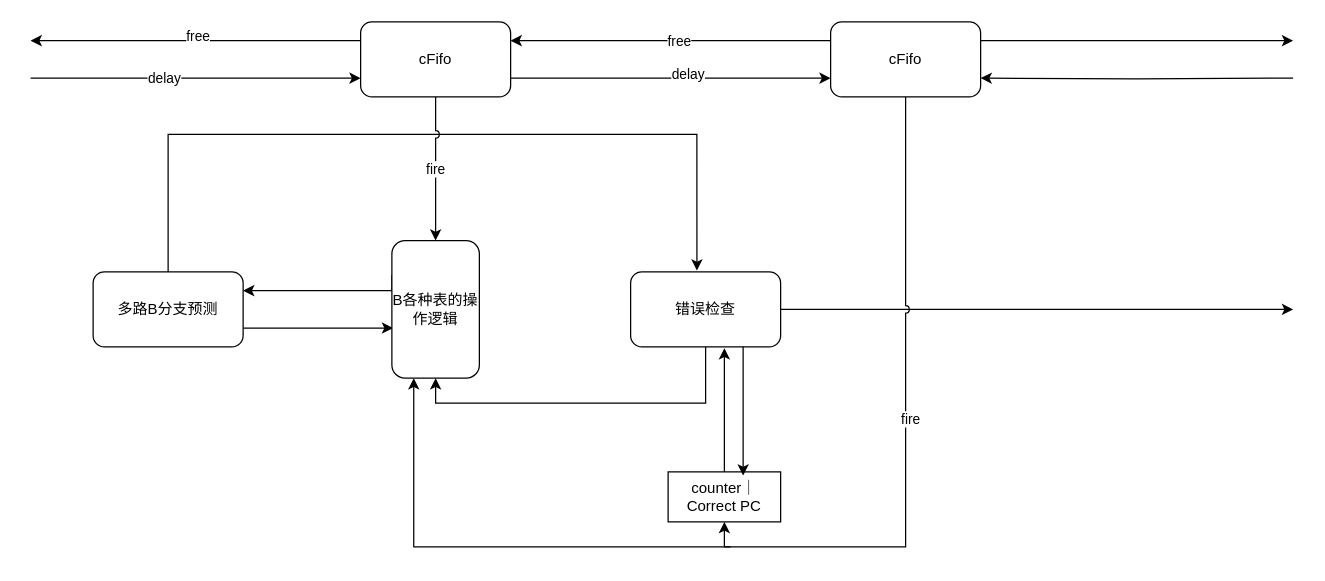
This is page "BProcess" (2 of 2) of asyncFrontendOverview.drawio from zhangxm99/LZUcomputer, a draw.io file, before an edit. Source tidied: cells renumbered, new cells numbered last; positions are measured from the earlier drawing's top-left corner, leaving out a move shared by most shapes. Both pictures are drawn from the tidied source at 125%, with x=0, y=0 at pixel (30, 21).
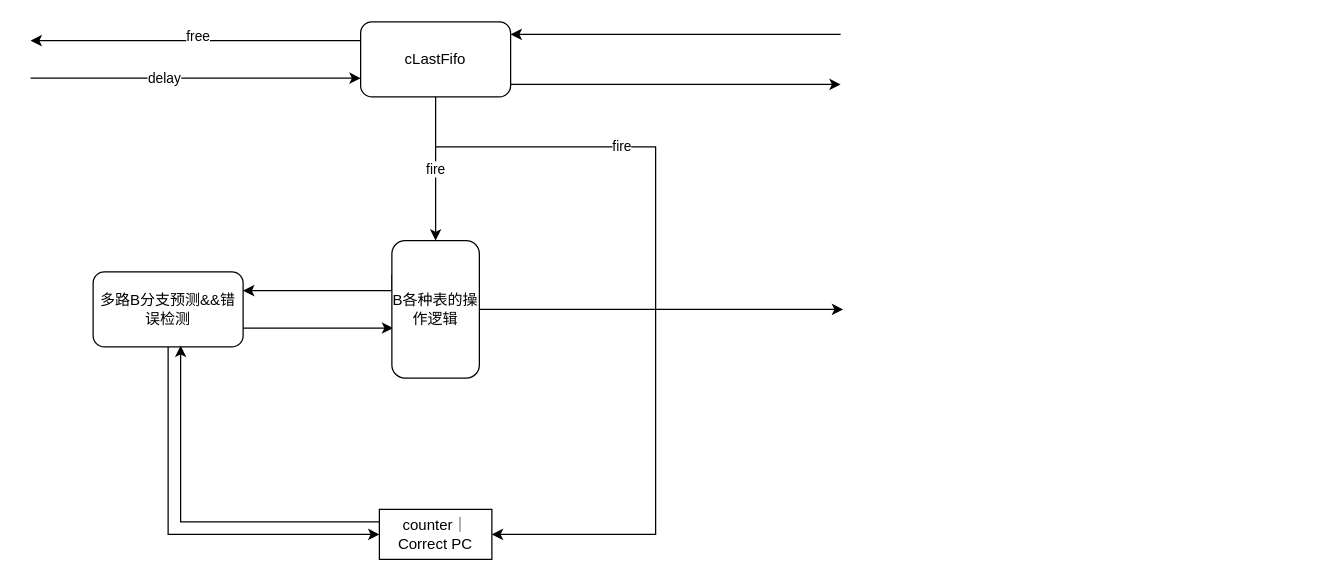
The same diagram, later.

The change refers to these unchanged cells:
```xml
<mxCell id="7" value="B各种表的操作逻辑" style="rounded=1;whiteSpace=wrap;html=1;" parent="1" vertex="1">
  <mxGeometry x="289" y="175" width="70" height="110" as="geometry" />
</mxCell>
```

The edit, as a diff of the source:
```diff
@@
-    <mxCell id="3" style="edgeStyle=orthogonalEdgeStyle;rounded=0;jettySize=auto;html=1;exitX=0.5;exitY=0;exitDx=0;exitDy=0;entryX=0.442;entryY=-0.017;entryDx=0;entryDy=0;entryPerimeter=0;jumpStyle=arc;" parent="1" edge="1" source="4" target="19">
-      <mxGeometry relative="1" as="geometry">
-        <Array as="points">
-          <mxPoint x="110" y="90" />
-          <mxPoint x="533" y="90" />
-        </Array>
-      </mxGeometry>
-    </mxCell>
-    <mxCell id="4" value="多路B分支预测" style="rounded=1;whiteSpace=wrap;html=1;" parent="1" vertex="1">
+    <mxCell id="4" value="多路B分支预测&amp;amp;&amp;amp;错误检测" style="rounded=1;whiteSpace=wrap;html=1;" parent="1" vertex="1">
       <mxGeometry x="50" y="200" width="120" height="60" as="geometry" />
     </mxCell>
@@
-    <mxCell id="6" style="edgeStyle=orthogonalEdgeStyle;rounded=0;jettySize=auto;html=1;exitX=0.25;exitY=1;exitDx=0;exitDy=0;entryX=0.25;entryY=1;entryDx=0;entryDy=0;" parent="1" edge="1" target="7">
-      <mxGeometry relative="1" as="geometry">
-        <mxPoint x="560" y="420" as="sourcePoint" />
-        <Array as="points">
-          <mxPoint x="307" y="420" />
-        </Array>
-      </mxGeometry>
-    </mxCell>
@@
-    <mxCell id="13" style="edgeStyle=orthogonalEdgeStyle;rounded=0;jettySize=auto;html=1;exitX=1;exitY=0.75;exitDx=0;exitDy=0;entryX=0;entryY=0.75;entryDx=0;entryDy=0;" parent="1" edge="1" source="15" target="28">
-      <mxGeometry relative="1" as="geometry" />
-    </mxCell>
-    <mxCell id="14" value="delay" style="edgeLabel;html=1;align=center;verticalAlign=middle;" parent="13" vertex="1">
-      <mxGeometry x="0.1" y="4" relative="1" as="geometry" />
-    </mxCell>
-    <mxCell id="15" value="cFifo" style="rounded=1;whiteSpace=wrap;html=1;" parent="1" vertex="1">
+    <mxCell id="15" value="cLastFifo" style="rounded=1;whiteSpace=wrap;html=1;" parent="1" vertex="1">
       <mxGeometry x="264" width="120" height="60" as="geometry" />
     </mxCell>
@@
-    <mxCell id="17" style="edgeStyle=orthogonalEdgeStyle;rounded=0;jettySize=auto;html=1;exitX=1;exitY=0.5;exitDx=0;exitDy=0;" parent="1" edge="1" source="19">
+    <mxCell id="17" style="edgeStyle=orthogonalEdgeStyle;rounded=0;jettySize=auto;html=1;exitX=1;exitY=0.5;exitDx=0;exitDy=0;" parent="1" edge="1" source="7">
       <mxGeometry relative="1" as="geometry">
-        <mxPoint x="1010" y="230" as="targetPoint" />
+        <mxPoint x="650" y="230" as="targetPoint" />
       </mxGeometry>
     </mxCell>
-    <mxCell id="18" style="edgeStyle=orthogonalEdgeStyle;rounded=0;jettySize=auto;html=1;exitX=0.5;exitY=1;exitDx=0;exitDy=0;entryX=0.5;entryY=1;entryDx=0;entryDy=0;" parent="1" edge="1" source="19" target="7">
-      <mxGeometry relative="1" as="geometry" />
-    </mxCell>
-    <mxCell id="19" value="错误检查" style="rounded=1;whiteSpace=wrap;html=1;" parent="1" vertex="1">
-      <mxGeometry x="480" y="200" width="120" height="60" as="geometry" />
-    </mxCell>
     <mxCell id="20" value="counter｜Correct PC" style="rounded=0;whiteSpace=wrap;html=1;" parent="1" vertex="1">
-      <mxGeometry x="510" y="360" width="90" height="40" as="geometry" />
+      <mxGeometry x="279" y="390" width="90" height="40" as="geometry" />
     </mxCell>
-    <mxCell id="21" style="edgeStyle=orthogonalEdgeStyle;rounded=0;jettySize=auto;html=1;exitX=0.5;exitY=0;exitDx=0;exitDy=0;entryX=0.625;entryY=1.017;entryDx=0;entryDy=0;entryPerimeter=0;" parent="1" edge="1" source="20" target="19">
-      <mxGeometry relative="1" as="geometry" />
+    <mxCell id="21" style="edgeStyle=orthogonalEdgeStyle;rounded=0;jettySize=auto;html=1;exitX=0;exitY=0.25;exitDx=0;exitDy=0;" parent="1" edge="1" source="20">
+      <mxGeometry relative="1" as="geometry">
+        <mxPoint x="120" y="259" as="targetPoint" />
+        <Array as="points">
+          <mxPoint x="120" y="400" />
+          <mxPoint x="120" y="259" />
+        </Array>
+      </mxGeometry>
     </mxCell>
-    <mxCell id="22" style="edgeStyle=orthogonalEdgeStyle;rounded=0;jettySize=auto;html=1;exitX=0;exitY=0.25;exitDx=0;exitDy=0;entryX=1;entryY=0.25;entryDx=0;entryDy=0;" parent="1" edge="1" source="28" target="15">
-      <mxGeometry relative="1" as="geometry" />
-    </mxCell>
-    <mxCell id="23" value="free" style="edgeLabel;html=1;align=center;verticalAlign=middle;" parent="22" vertex="1">
-      <mxGeometry x="-0.05" y="1" relative="1" as="geometry" />
-    </mxCell>
-    <mxCell id="24" style="edgeStyle=orthogonalEdgeStyle;rounded=0;jettySize=auto;html=1;exitX=1;exitY=0.25;exitDx=0;exitDy=0;" parent="1" edge="1" source="28">
-      <mxGeometry relative="1" as="geometry">
-        <mxPoint x="1010" y="15" as="targetPoint" />
-      </mxGeometry>
-    </mxCell>
-    <mxCell id="25" style="edgeStyle=orthogonalEdgeStyle;rounded=0;jettySize=auto;html=1;exitX=1;exitY=0.75;exitDx=0;exitDy=0;entryX=1;entryY=0.75;entryDx=0;entryDy=0;" parent="1" edge="1" target="28">
-      <mxGeometry relative="1" as="geometry">
-        <mxPoint x="1010" y="45" as="sourcePoint" />
-      </mxGeometry>
-    </mxCell>
-    <mxCell id="26" style="edgeStyle=orthogonalEdgeStyle;rounded=0;jettySize=auto;html=1;exitX=0.5;exitY=1;exitDx=0;exitDy=0;entryX=0.5;entryY=1;entryDx=0;entryDy=0;jumpStyle=arc;" parent="1" edge="1" source="28" target="20">
-      <mxGeometry relative="1" as="geometry" />
-    </mxCell>
+    <mxCell id="29" style="edgeStyle=orthogonalEdgeStyle;rounded=0;jettySize=auto;html=1;exitX=0.5;exitY=1;exitDx=0;exitDy=0;entryX=0;entryY=0.5;entryDx=0;entryDy=0;" parent="1" edge="1" source="4" target="20">
+      <mxGeometry relative="1" as="geometry">
+        <Array as="points">
+          <mxPoint x="110" y="410" />
+        </Array>
+      </mxGeometry>
+    </mxCell>
+    <mxCell id="30" style="endArrow=classic;html=1;rounded=0;edgeStyle=elbowEdgeStyle;" parent="1" edge="1" target="20">
+      <mxGeometry relative="1" as="geometry">
+        <mxPoint x="324" y="100" as="sourcePoint" />
+        <Array as="points">
+          <mxPoint x="500" y="250" />
+        </Array>
+      </mxGeometry>
+    </mxCell>
-    <mxCell id="27" value="fire" style="edgeLabel;html=1;align=center;verticalAlign=middle;" parent="26" vertex="1">
-      <mxGeometry x="-0.02" y="3" relative="1" as="geometry" />
+    <mxCell id="27" value="fire" style="edgeLabel;html=1;align=center;verticalAlign=middle;" parent="30" vertex="1">
+      <mxGeometry x="-0.52" y="1" relative="1" as="geometry" />
     </mxCell>
-    <mxCell id="28" value="cFifo" style="rounded=1;whiteSpace=wrap;html=1;" parent="1" vertex="1">
-      <mxGeometry x="640" width="120" height="60" as="geometry" />
-    </mxCell>
-    <mxCell id="29" style="edgeStyle=orthogonalEdgeStyle;rounded=0;jettySize=auto;html=1;exitX=0.75;exitY=1;exitDx=0;exitDy=0;entryX=0.667;entryY=0.075;entryDx=0;entryDy=0;entryPerimeter=0;" parent="1" edge="1" source="19" target="20">
-      <mxGeometry relative="1" as="geometry" />
-    </mxCell>
+    <mxCell id="31" style="edgeStyle=orthogonalEdgeStyle;rounded=0;orthogonalLoop=1;jettySize=auto;html=1;exitX=0;exitY=0.25;exitDx=0;exitDy=0;" parent="1" edge="1">
+      <mxGeometry relative="1" as="geometry">
+        <mxPoint x="648" y="10" as="sourcePoint" />
+        <mxPoint x="384" y="10" as="targetPoint" />
+      </mxGeometry>
+    </mxCell>
+    <mxCell id="32" style="edgeStyle=orthogonalEdgeStyle;rounded=0;orthogonalLoop=1;jettySize=auto;html=1;entryX=0;entryY=0.75;entryDx=0;entryDy=0;" parent="1" edge="1">
+      <mxGeometry relative="1" as="geometry">
+        <mxPoint x="384" y="50" as="sourcePoint" />
+        <mxPoint x="648" y="50" as="targetPoint" />
+        <Array as="points">
+          <mxPoint x="384" y="50" />
+        </Array>
+      </mxGeometry>
+    </mxCell>
```
